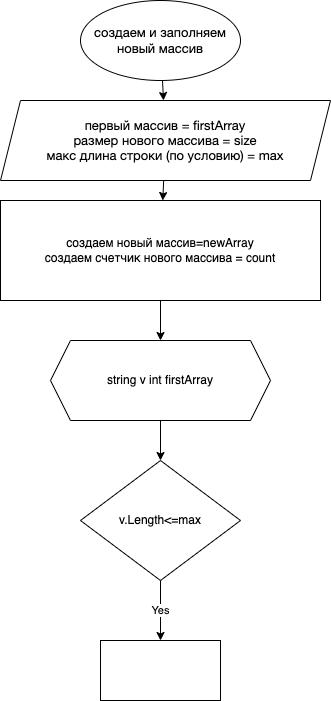
This is diagram.drawio.png from belkst/finalTest, a draw.io export, as it was before one commit. Source tidied: cells renumbered, new cells last; positions are measured from the earlier drawing's top-left corner, leaving out a move shared by most shapes. Its diagram source:
```xml
<mxGraphModel>
  <root>
    <mxCell id="0" />
    <mxCell id="1" parent="0" />
    <mxCell id="2" style="edgeStyle=none;html=1;" parent="1" edge="1" source="3" target="5">
      <mxGeometry relative="1" as="geometry" />
    </mxCell>
    <mxCell id="3" value="&lt;span style=&quot;color: rgb(0 , 0 , 0) ; font-family: &amp;#34;helvetica neue&amp;#34; ; font-size: 13px&quot;&gt;создаем и заполняем новый массив&lt;/span&gt;" style="ellipse;whiteSpace=wrap;html=1;" parent="1" vertex="1">
      <mxGeometry x="80" width="160" height="80" as="geometry" />
    </mxCell>
    <mxCell id="4" style="edgeStyle=none;html=1;" parent="1" edge="1" source="5" target="7">
      <mxGeometry relative="1" as="geometry" />
    </mxCell>
    <mxCell id="5" value="&lt;p class=&quot;p1&quot; style=&quot;margin: 0px ; font-stretch: normal ; font-size: 13px ; line-height: normal ; font-family: &amp;#34;helvetica neue&amp;#34; ; color: rgb(0 , 0 , 0)&quot;&gt;первый массив = firstArray&lt;/p&gt;&lt;p class=&quot;p1&quot; style=&quot;margin: 0px ; font-stretch: normal ; font-size: 13px ; line-height: normal ; font-family: &amp;#34;helvetica neue&amp;#34; ; color: rgb(0 , 0 , 0)&quot;&gt;размер нового массива = size&lt;/p&gt;&lt;p class=&quot;p1&quot; style=&quot;margin: 0px ; font-stretch: normal ; font-size: 13px ; line-height: normal ; font-family: &amp;#34;helvetica neue&amp;#34; ; color: rgb(0 , 0 , 0)&quot;&gt;макс длина строки (по условию) = max&lt;/p&gt;" style="shape=parallelogram;perimeter=parallelogramPerimeter;whiteSpace=wrap;html=1;fixedSize=1;" parent="1" vertex="1">
      <mxGeometry y="100" width="330" height="80" as="geometry" />
    </mxCell>
    <mxCell id="6" style="edgeStyle=none;html=1;" parent="1" edge="1" source="7" target="9">
      <mxGeometry relative="1" as="geometry" />
    </mxCell>
    <mxCell id="7" value="создаем новый массив=newArray&lt;br&gt;создаем счетчик нового массива = count" style="rounded=0;whiteSpace=wrap;html=1;" parent="1" vertex="1">
      <mxGeometry y="200" width="320" height="100" as="geometry" />
    </mxCell>
    <mxCell id="8" style="edgeStyle=none;html=1;" parent="1" edge="1" source="9" target="11">
      <mxGeometry relative="1" as="geometry" />
    </mxCell>
    <mxCell id="9" value="string v int firstArray" style="shape=hexagon;perimeter=hexagonPerimeter2;whiteSpace=wrap;html=1;fixedSize=1;rounded=0;" parent="1" vertex="1">
      <mxGeometry x="50" y="340" width="220" height="80" as="geometry" />
    </mxCell>
    <mxCell id="10" value="Yes" style="edgeStyle=none;html=1;" parent="1" edge="1" source="11" target="12">
      <mxGeometry relative="1" as="geometry" />
    </mxCell>
    <mxCell id="11" value="v.Length&amp;lt;=max" style="rhombus;whiteSpace=wrap;html=1;rounded=0;" parent="1" vertex="1">
      <mxGeometry x="80" y="460" width="160" height="120" as="geometry" />
    </mxCell>
    <mxCell id="12" style="rounded=0;whiteSpace=wrap;html=1;" parent="1" vertex="1">
      <mxGeometry x="100" y="640" width="120" height="60" as="geometry" />
    </mxCell>
  </root>
</mxGraphModel>
```
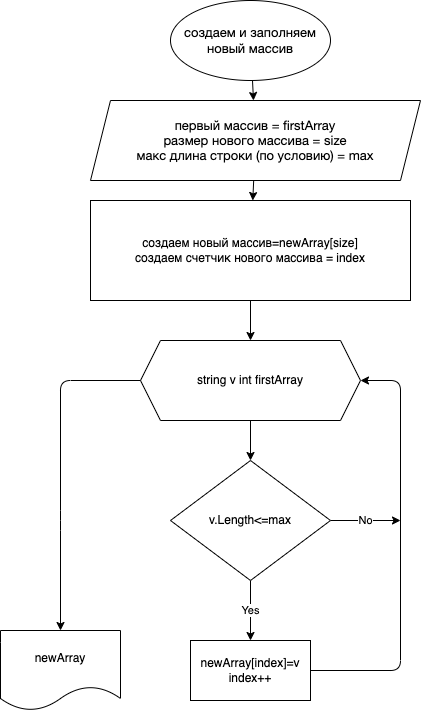
Later version of the same file.

Commit message:
Создал и заполнил файл README.MD

What changed in the source:
```diff
@@ -17,7 +17,7 @@
     <mxCell id="6" style="edgeStyle=none;html=1;" parent="1" edge="1" source="7" target="9">
       <mxGeometry relative="1" as="geometry" />
     </mxCell>
-    <mxCell id="7" value="создаем новый массив=newArray&lt;br&gt;создаем счетчик нового массива = count" style="rounded=0;whiteSpace=wrap;html=1;" parent="1" vertex="1">
+    <mxCell id="7" value="создаем новый массив=newArray[size]&lt;br&gt;создаем счетчик нового массива = index" style="rounded=0;whiteSpace=wrap;html=1;" parent="1" vertex="1">
       <mxGeometry y="200" width="320" height="100" as="geometry" />
     </mxCell>
     <mxCell id="8" style="edgeStyle=none;html=1;" parent="1" edge="1" source="9" target="11">
@@ -29,11 +29,36 @@
     <mxCell id="10" value="Yes" style="edgeStyle=none;html=1;" parent="1" edge="1" source="11" target="12">
       <mxGeometry relative="1" as="geometry" />
     </mxCell>
+    <mxCell id="13" style="edgeStyle=none;html=1;entryX=0.5;entryY=0;entryDx=0;entryDy=0;exitX=0;exitY=0.5;exitDx=0;exitDy=0;" parent="1" edge="1" source="9" target="16">
+      <mxGeometry relative="1" as="geometry">
+        <Array as="points">
+          <mxPoint x="-30" y="380" />
+          <mxPoint x="-30" y="520" />
+        </Array>
+      </mxGeometry>
+    </mxCell>
+    <mxCell id="14" value="No" style="edgeStyle=none;html=1;" parent="1" edge="1" source="11">
+      <mxGeometry relative="1" as="geometry">
+        <mxPoint x="310" y="520" as="targetPoint" />
+      </mxGeometry>
+    </mxCell>
     <mxCell id="11" value="v.Length&amp;lt;=max" style="rhombus;whiteSpace=wrap;html=1;rounded=0;" parent="1" vertex="1">
       <mxGeometry x="80" y="460" width="160" height="120" as="geometry" />
     </mxCell>
+    <mxCell id="15" style="edgeStyle=none;html=1;exitX=1;exitY=0.5;exitDx=0;exitDy=0;entryX=1;entryY=0.5;entryDx=0;entryDy=0;" parent="1" edge="1" source="12" target="9">
+      <mxGeometry relative="1" as="geometry">
+        <Array as="points">
+          <mxPoint x="310" y="670" />
+          <mxPoint x="310" y="380" />
+          <mxPoint x="270" y="380" />
+        </Array>
+      </mxGeometry>
+    </mxCell>
-    <mxCell id="12" style="rounded=0;whiteSpace=wrap;html=1;" parent="1" vertex="1">
+    <mxCell id="12" value="newArray[index]=v&lt;br&gt;index++" style="rounded=0;whiteSpace=wrap;html=1;" parent="1" vertex="1">
       <mxGeometry x="100" y="640" width="120" height="60" as="geometry" />
     </mxCell>
+    <mxCell id="16" value="newArray" style="shape=document;whiteSpace=wrap;html=1;boundedLbl=1;" parent="1" vertex="1">
+      <mxGeometry x="-90" y="630" width="120" height="80" as="geometry" />
+    </mxCell>
   </root>
 </mxGraphModel>
```
